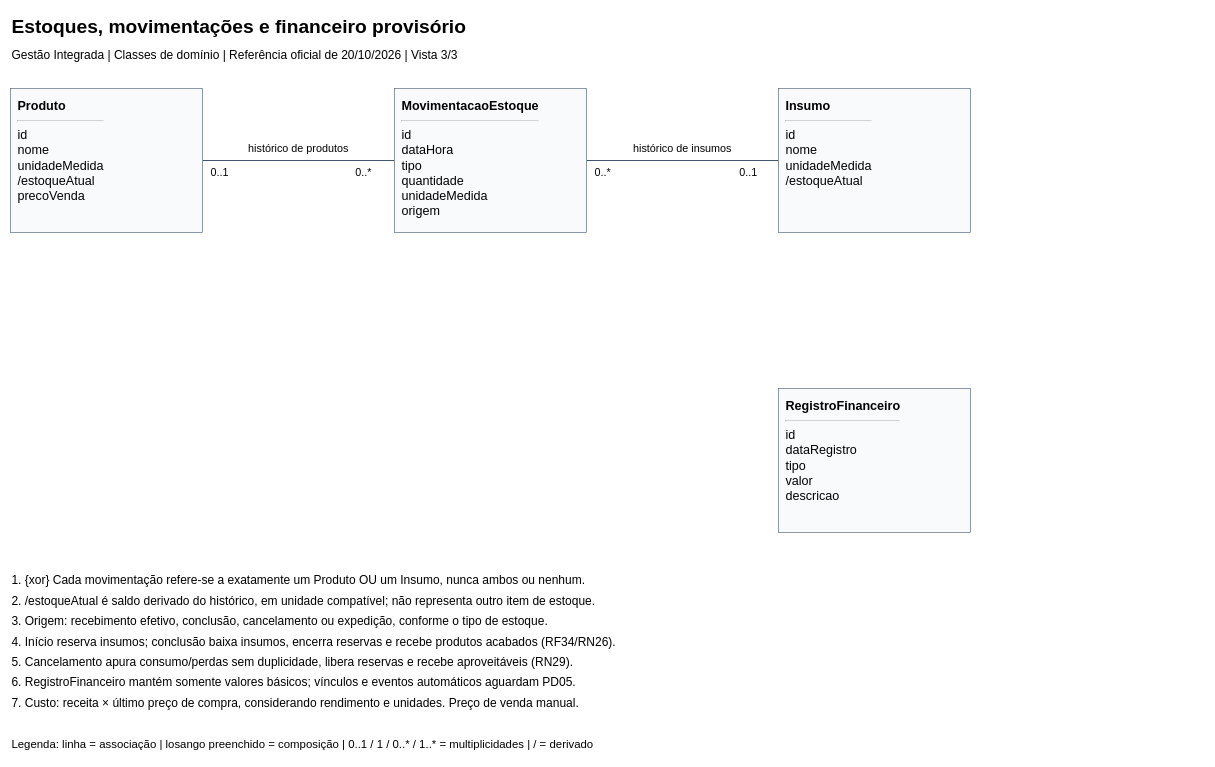
This is page "Estoques, movimentações e financeiro provisório" (3 of 3) of docs/03-modelagem/classes/classes-dominio.drawio from edumoreira7/TCC---Gestao-Integrada, a draw.io file, before an edit. Source tidied: cells renumbered, new cells numbered last; positions are measured from the earlier drawing's top-left corner, leaving out a move shared by most shapes. Both pictures are drawn from the tidied source at 60%, with x=0, y=0 at pixel (10, 10).
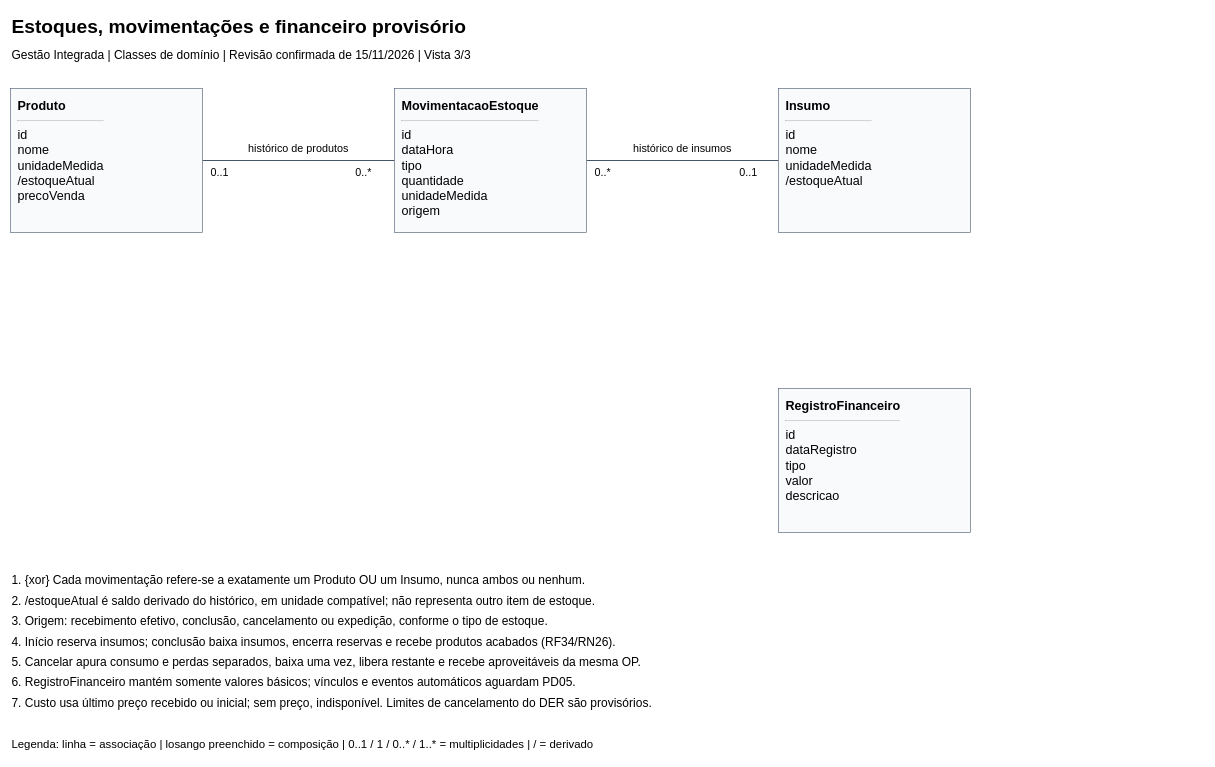
Above is the later version.

Change to the diagram source:
```diff
@@
-    <mxCell id="3" value="Gestão Integrada | Classes de domínio | Referência oficial de 20/10/2026 | Vista 3/3" style="text;align=left;fontSize=20;fontFamily=Arial;" parent="1" vertex="1">
+    <mxCell id="3" value="Gestão Integrada | Classes de domínio | Revisão confirmada de 15/11/2026 | Vista 3/3" style="text;align=left;fontSize=20;fontFamily=Arial;" parent="1" vertex="1">
       <mxGeometry y="55" width="1950" height="40" as="geometry" />
     </mxCell>
@@
-    <mxCell id="20" value="5. Cancelamento apura consumo/perdas sem duplicidade, libera reservas e recebe aproveitáveis (RN29)." style="text;align=left;fontSize=20;fontFamily=Arial;" parent="1" vertex="1">
+    <mxCell id="20" value="5. Cancelar apura consumo e perdas separados, baixa uma vez, libera restante e recebe aproveitáveis da mesma OP." style="text;align=left;fontSize=20;fontFamily=Arial;" parent="1" vertex="1">
       <mxGeometry y="1067" width="1990" height="34" as="geometry" />
     </mxCell>
@@
-    <mxCell id="22" value="7. Custo: receita × último preço de compra, considerando rendimento e unidades. Preço de venda manual." style="text;align=left;fontSize=20;fontFamily=Arial;" parent="1" vertex="1">
+    <mxCell id="22" value="7. Custo usa último preço recebido ou inicial; sem preço, indisponível. Limites de cancelamento do DER são provisórios." style="text;align=left;fontSize=20;fontFamily=Arial;" parent="1" vertex="1">
       <mxGeometry y="1135" width="1990" height="34" as="geometry" />
     </mxCell>
```
